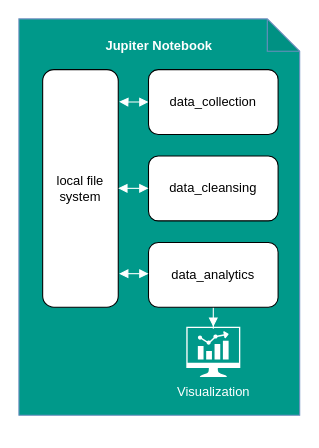
Above: abbildungen/Prototyp Architecture.drawio in Aletender/SemiUnstructDataAnalysis-Semianrarbeit (draw.io), before the change. Source tidied: cells renumbered, new cells numbered last; positions are measured from the earlier drawing's top-left corner, leaving out a move shared by most shapes. Both pictures are drawn from the tidied source at 108%, with x=0, y=0 at pixel (18, 18).
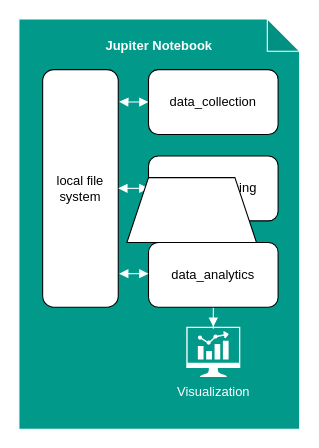
The same diagram, later.

Diff of the diagram source:
```diff
@@
 <mxGraphModel>
   <root>
     <mxCell id="0" />
     <mxCell id="1" parent="0" />
-    <mxCell id="2" value="&lt;p style=&quot;line-height: 110%;&quot;&gt;Jupiter Notebook&lt;/p&gt;" style="shape=note;whiteSpace=wrap;html=1;backgroundOutline=1;darkOpacity=0.05;fillColor=#00998A;strokeColor=#6c8ebf;verticalAlign=top;fontStyle=1;fontColor=#FFFFFF;" parent="1" vertex="1">
-      <mxGeometry width="260" height="367" as="geometry" />
+    <mxCell id="2" value="&lt;p style=&quot;line-height: 110%;&quot;&gt;Jupiter Notebook&lt;/p&gt;" style="shape=note;whiteSpace=wrap;html=1;backgroundOutline=1;darkOpacity=0.05;fillColor=#00998A;strokeColor=#FFFFFF;verticalAlign=top;fontStyle=1;fontColor=#FFFFFF;" parent="1" vertex="1">
+      <mxGeometry width="260" height="380" as="geometry" />
     </mxCell>
     <mxCell id="3" style="edgeStyle=orthogonalEdgeStyle;rounded=0;jettySize=auto;html=1;entryX=1.012;entryY=0.135;entryDx=0;entryDy=0;entryPerimeter=0;strokeColor=#FFFFFF;endArrow=block;endFill=1;startArrow=block;startFill=1;" parent="1" edge="1" source="4" target="8">
       <mxGeometry relative="1" as="geometry" />
     </mxCell>
     <mxCell id="4" value="data_collection" style="rounded=1;whiteSpace=wrap;html=1;" parent="1" vertex="1">
       <mxGeometry x="120" y="47" width="120" height="60" as="geometry" />
     </mxCell>
     <mxCell id="5" value="data_cleansing" style="rounded=1;whiteSpace=wrap;html=1;" parent="1" vertex="1">
       <mxGeometry x="120" y="127" width="120" height="60" as="geometry" />
     </mxCell>
     <mxCell id="6" style="edgeStyle=orthogonalEdgeStyle;rounded=0;jettySize=auto;html=1;strokeColor=#FFFFFF;endArrow=block;endFill=1;startArrow=none;startFill=0;" parent="1" edge="1" source="7" target="11">
       <mxGeometry relative="1" as="geometry" />
     </mxCell>
     <mxCell id="7" value="data_analytics" style="rounded=1;whiteSpace=wrap;html=1;" parent="1" vertex="1">
       <mxGeometry x="120" y="207" width="120" height="60" as="geometry" />
     </mxCell>
     <mxCell id="8" value="local file system" style="rounded=1;whiteSpace=wrap;html=1;" parent="1" vertex="1">
       <mxGeometry x="22" y="47" width="70" height="220" as="geometry" />
     </mxCell>
     <mxCell id="9" style="edgeStyle=orthogonalEdgeStyle;rounded=0;jettySize=auto;html=1;entryX=1;entryY=0.5;entryDx=0;entryDy=0;endArrow=block;endFill=1;startArrow=block;startFill=1;strokeColor=#FFFFFF;" parent="1" edge="1" target="8">
       <mxGeometry relative="1" as="geometry">
         <mxPoint x="120" y="156.9" as="sourcePoint" />
       </mxGeometry>
     </mxCell>
     <mxCell id="10" style="edgeStyle=orthogonalEdgeStyle;rounded=0;jettySize=auto;html=1;entryX=1.011;entryY=0.86;entryDx=0;entryDy=0;entryPerimeter=0;startArrow=block;startFill=1;strokeColor=#FFFFFF;endArrow=block;endFill=1;" parent="1" edge="1" target="8">
       <mxGeometry relative="1" as="geometry">
         <mxPoint x="120" y="235.9" as="sourcePoint" />
       </mxGeometry>
     </mxCell>
     <mxCell id="11" value="Visualization" style="sketch=0;shadow=0;dashed=0;html=1;strokeColor=none;fillColor=#ffffff;labelPosition=center;verticalLabelPosition=bottom;verticalAlign=top;align=center;outlineConnect=0;shape=mxgraph.vvd.nsx_dashboard;fontColor=#FFFFFF;" parent="1" vertex="1">
       <mxGeometry x="155" y="285" width="50" height="46.5" as="geometry" />
     </mxCell>
+    <mxCell id="12" style="shape=trapezoid;perimeter=trapezoidPerimeter;whiteSpace=wrap;html=1;fixedSize=1;" parent="1" vertex="1">
+      <mxGeometry x="100" y="147" width="120" height="60" as="geometry" />
+    </mxCell>
   </root>
 </mxGraphModel>
```
